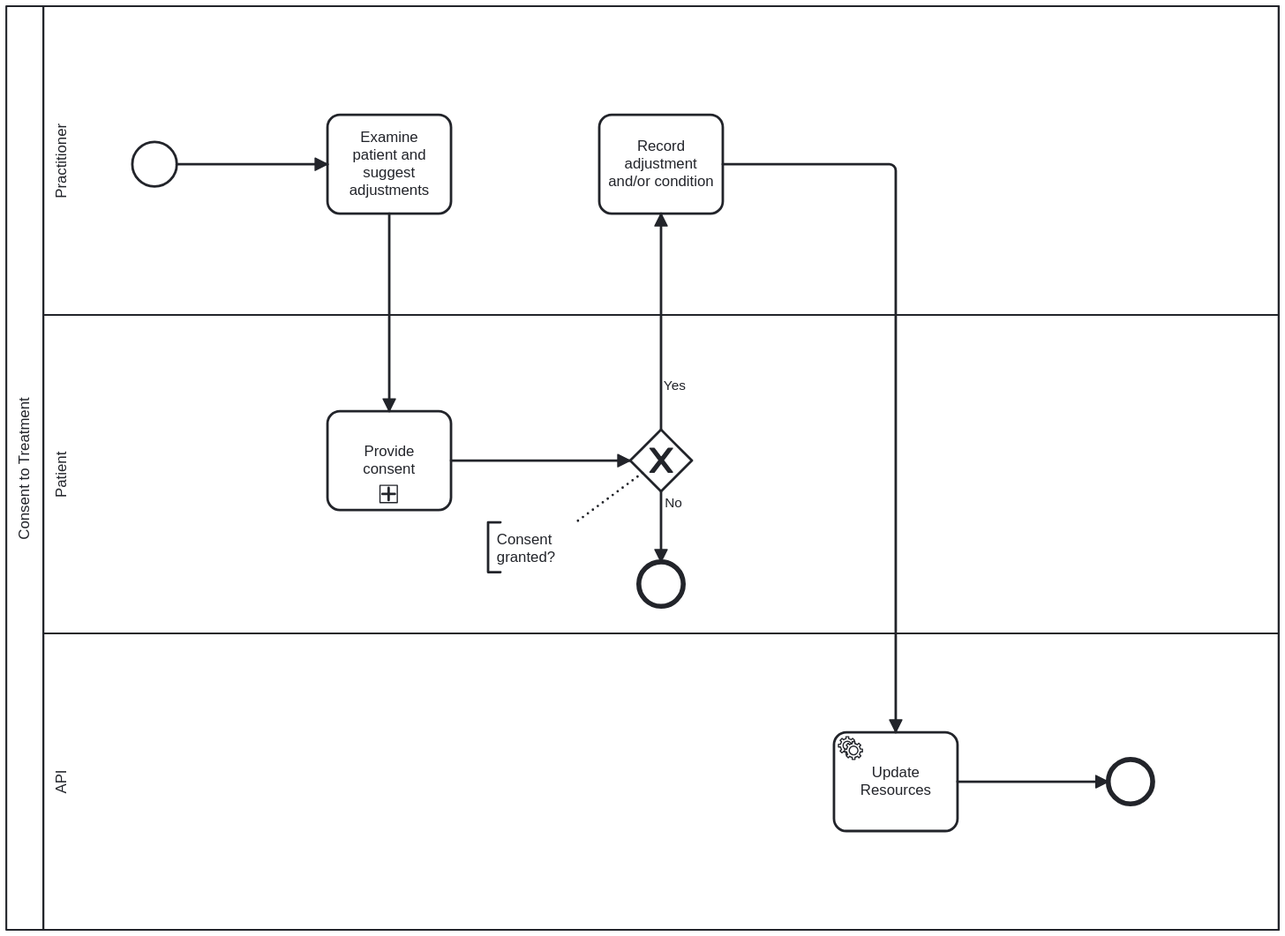
NHSDigital/ra-sandbox keeps this BPMN diagram as input/images/add-record-workflow.svg. Above is the earlier version. Its source is kept beside it as input/images/add-record-workflow.bpmn. Ids are renumbered. The source it was exported from:
```xml
<bpmn:definitions xmlns:xsi="http://www.w3.org/2001/XMLSchema-instance" xmlns:bpmn="http://www.omg.org/spec/BPMN/20100524/MODEL" xmlns:bpmndi="http://www.omg.org/spec/BPMN/20100524/DI" xmlns:dc="http://www.omg.org/spec/DD/20100524/DC" xmlns:di="http://www.omg.org/spec/DD/20100524/DI" id="Definitions_n1" targetNamespace="http://bpmn.io/schema/bpmn" exporter="bpmn-js (https://demo.bpmn.io)" exporterVersion="16.4.0">
  <bpmn:collaboration id="Collaboration_n2">
    <bpmn:participant id="Participant_n3" name="Consent to Treatment" processRef="Process_n4" />
    <bpmn:textAnnotation id="TextAnnotation_n5">
      <bpmn:text>Consent granted?</bpmn:text>
    </bpmn:textAnnotation>
    <bpmn:association id="Association_n6" associationDirection="None" sourceRef="Gateway_n7" targetRef="TextAnnotation_n5" />
  </bpmn:collaboration>
  <bpmn:process id="Process_n4">
    <bpmn:laneSet id="LaneSet_n8">
      <bpmn:lane id="Lane_n9" name="API">
        <bpmn:flowNodeRef>Activity_n10</bpmn:flowNodeRef>
        <bpmn:flowNodeRef>Event_n11</bpmn:flowNodeRef>
      </bpmn:lane>
      <bpmn:lane id="Lane_n12" name="Patient">
        <bpmn:flowNodeRef>Gateway_n7</bpmn:flowNodeRef>
        <bpmn:flowNodeRef>Event_n13</bpmn:flowNodeRef>
        <bpmn:flowNodeRef>Activity_n14</bpmn:flowNodeRef>
      </bpmn:lane>
      <bpmn:lane id="Lane_n15" name="Practitioner">
        <bpmn:flowNodeRef>Event_n16</bpmn:flowNodeRef>
        <bpmn:flowNodeRef>Activity_n17</bpmn:flowNodeRef>
        <bpmn:flowNodeRef>Activity_n18</bpmn:flowNodeRef>
      </bpmn:lane>
    </bpmn:laneSet>
    <bpmn:startEvent id="Event_n16">
      <bpmn:outgoing>Flow_n19</bpmn:outgoing>
    </bpmn:startEvent>
    <bpmn:sequenceFlow id="Flow_n19" sourceRef="Event_n16" targetRef="Activity_n18" />
    <bpmn:sequenceFlow id="Flow_n20" sourceRef="Activity_n10" targetRef="Event_n11" />
    <bpmn:task id="Activity_n17" name="Record adjustment and/or condition">
      <bpmn:incoming>Flow_n21</bpmn:incoming>
      <bpmn:outgoing>Flow_n22</bpmn:outgoing>
    </bpmn:task>
    <bpmn:task id="Activity_n18" name="Examine patient and suggest adjustments">
      <bpmn:incoming>Flow_n19</bpmn:incoming>
      <bpmn:outgoing>Flow_n23</bpmn:outgoing>
    </bpmn:task>
    <bpmn:sequenceFlow id="Flow_n23" sourceRef="Activity_n18" targetRef="Activity_n14" />
    <bpmn:sequenceFlow id="Flow_n24" sourceRef="Activity_n14" targetRef="Gateway_n7" />
    <bpmn:sequenceFlow id="Flow_n25" name="No" sourceRef="Gateway_n7" targetRef="Event_n13" />
    <bpmn:sequenceFlow id="Flow_n21" name="Yes" sourceRef="Gateway_n7" targetRef="Activity_n17" />
    <bpmn:sequenceFlow id="Flow_n22" sourceRef="Activity_n17" targetRef="Activity_n10" />
    <bpmn:subProcess id="Activity_n14" name="Provide consent">
      <bpmn:incoming>Flow_n23</bpmn:incoming>
      <bpmn:outgoing>Flow_n24</bpmn:outgoing>
    </bpmn:subProcess>
    <bpmn:exclusiveGateway id="Gateway_n7">
      <bpmn:incoming>Flow_n24</bpmn:incoming>
      <bpmn:outgoing>Flow_n25</bpmn:outgoing>
      <bpmn:outgoing>Flow_n21</bpmn:outgoing>
    </bpmn:exclusiveGateway>
    <bpmn:endEvent id="Event_n13">
      <bpmn:incoming>Flow_n25</bpmn:incoming>
    </bpmn:endEvent>
    <bpmn:serviceTask id="Activity_n10" name="Update Resources">
      <bpmn:incoming>Flow_n22</bpmn:incoming>
      <bpmn:outgoing>Flow_n20</bpmn:outgoing>
    </bpmn:serviceTask>
    <bpmn:endEvent id="Event_n11">
      <bpmn:incoming>Flow_n20</bpmn:incoming>
    </bpmn:endEvent>
  </bpmn:process>
  <bpmndi:BPMNDiagram id="BPMNDiagram_1">
    <bpmndi:BPMNPlane id="BPMNPlane_1" bpmnElement="Collaboration_n2">
      <bpmndi:BPMNShape id="Participant_n3_di" bpmnElement="Participant_n3" isHorizontal="true">
        <dc:Bounds x="160" y="62" width="1030" height="748" />
        <bpmndi:BPMNLabel />
      </bpmndi:BPMNShape>
      <bpmndi:BPMNShape id="Lane_n15_di" bpmnElement="Lane_n15" isHorizontal="true">
        <dc:Bounds x="190" y="62" width="1000" height="250" />
        <bpmndi:BPMNLabel />
      </bpmndi:BPMNShape>
      <bpmndi:BPMNShape id="Lane_n12_di" bpmnElement="Lane_n12" isHorizontal="true">
        <dc:Bounds x="190" y="312" width="1000" height="258" />
        <bpmndi:BPMNLabel />
      </bpmndi:BPMNShape>
      <bpmndi:BPMNShape id="Lane_n9_di" bpmnElement="Lane_n9" isHorizontal="true">
        <dc:Bounds x="190" y="570" width="1000" height="240" />
        <bpmndi:BPMNLabel />
      </bpmndi:BPMNShape>
      <bpmndi:BPMNShape id="Event_n16_di" bpmnElement="Event_n16">
        <dc:Bounds x="262" y="172" width="36" height="36" />
      </bpmndi:BPMNShape>
      <bpmndi:BPMNShape id="Activity_n17_di" bpmnElement="Activity_n17">
        <dc:Bounds x="640" y="150" width="100" height="80" />
        <bpmndi:BPMNLabel />
      </bpmndi:BPMNShape>
      <bpmndi:BPMNShape id="Activity_1su78ja_di" bpmnElement="Activity_n18">
        <dc:Bounds x="420" y="150" width="100" height="80" />
        <bpmndi:BPMNLabel />
      </bpmndi:BPMNShape>
      <bpmndi:BPMNShape id="Gateway_n7_di" bpmnElement="Gateway_n7" isMarkerVisible="true">
        <dc:Bounds x="665" y="405" width="50" height="50" />
      </bpmndi:BPMNShape>
      <bpmndi:BPMNShape id="Event_n13_di" bpmnElement="Event_n13">
        <dc:Bounds x="672" y="512" width="36" height="36" />
      </bpmndi:BPMNShape>
      <bpmndi:BPMNShape id="Activity_1m0u30p_di" bpmnElement="Activity_n10">
        <dc:Bounds x="830" y="650" width="100" height="80" />
      </bpmndi:BPMNShape>
      <bpmndi:BPMNShape id="Event_n11_di" bpmnElement="Event_n11">
        <dc:Bounds x="1052" y="672" width="36" height="36" />
      </bpmndi:BPMNShape>
      <bpmndi:BPMNShape id="Activity_00yzkhu_di" bpmnElement="Activity_n14">
        <dc:Bounds x="420" y="390" width="100" height="80" />
      </bpmndi:BPMNShape>
      <bpmndi:BPMNEdge id="Flow_n19_di" bpmnElement="Flow_n19">
        <di:waypoint x="298" y="190" />
        <di:waypoint x="420" y="190" />
      </bpmndi:BPMNEdge>
      <bpmndi:BPMNEdge id="Flow_n20_di" bpmnElement="Flow_n20">
        <di:waypoint x="930" y="690" />
        <di:waypoint x="1052" y="690" />
      </bpmndi:BPMNEdge>
      <bpmndi:BPMNEdge id="Flow_n23_di" bpmnElement="Flow_n23">
        <di:waypoint x="470" y="230" />
        <di:waypoint x="470" y="390" />
      </bpmndi:BPMNEdge>
      <bpmndi:BPMNEdge id="Flow_n24_di" bpmnElement="Flow_n24">
        <di:waypoint x="520" y="430" />
        <di:waypoint x="665" y="430" />
      </bpmndi:BPMNEdge>
      <bpmndi:BPMNEdge id="Flow_n25_di" bpmnElement="Flow_n25">
        <di:waypoint x="690" y="455" />
        <di:waypoint x="690" y="512" />
        <bpmndi:BPMNLabel>
          <dc:Bounds x="693" y="458" width="15" height="14" />
        </bpmndi:BPMNLabel>
      </bpmndi:BPMNEdge>
      <bpmndi:BPMNEdge id="Flow_n21_di" bpmnElement="Flow_n21">
        <di:waypoint x="690" y="405" />
        <di:waypoint x="690" y="230" />
        <bpmndi:BPMNLabel>
          <dc:Bounds x="692" y="363" width="18" height="14" />
        </bpmndi:BPMNLabel>
      </bpmndi:BPMNEdge>
      <bpmndi:BPMNEdge id="Flow_n22_di" bpmnElement="Flow_n22">
        <di:waypoint x="740" y="190" />
        <di:waypoint x="880" y="190" />
        <di:waypoint x="880" y="650" />
      </bpmndi:BPMNEdge>
      <bpmndi:BPMNEdge id="Association_n6_di" bpmnElement="Association_n6">
        <di:waypoint x="675" y="440" />
        <di:waypoint x="621" y="480" />
      </bpmndi:BPMNEdge>
      <bpmndi:BPMNShape id="TextAnnotation_n5_di" bpmnElement="TextAnnotation_n5">
        <dc:Bounds x="550" y="480" width="99.99999667201983" height="40.348964013086146" />
        <bpmndi:BPMNLabel />
      </bpmndi:BPMNShape>
    </bpmndi:BPMNPlane>
  </bpmndi:BPMNDiagram>
  <bpmndi:BPMNDiagram id="BPMNDiagram_n26">
    <bpmndi:BPMNPlane id="BPMNPlane_n27" bpmnElement="Activity_n14" />
  </bpmndi:BPMNDiagram>
</bpmn:definitions>
```
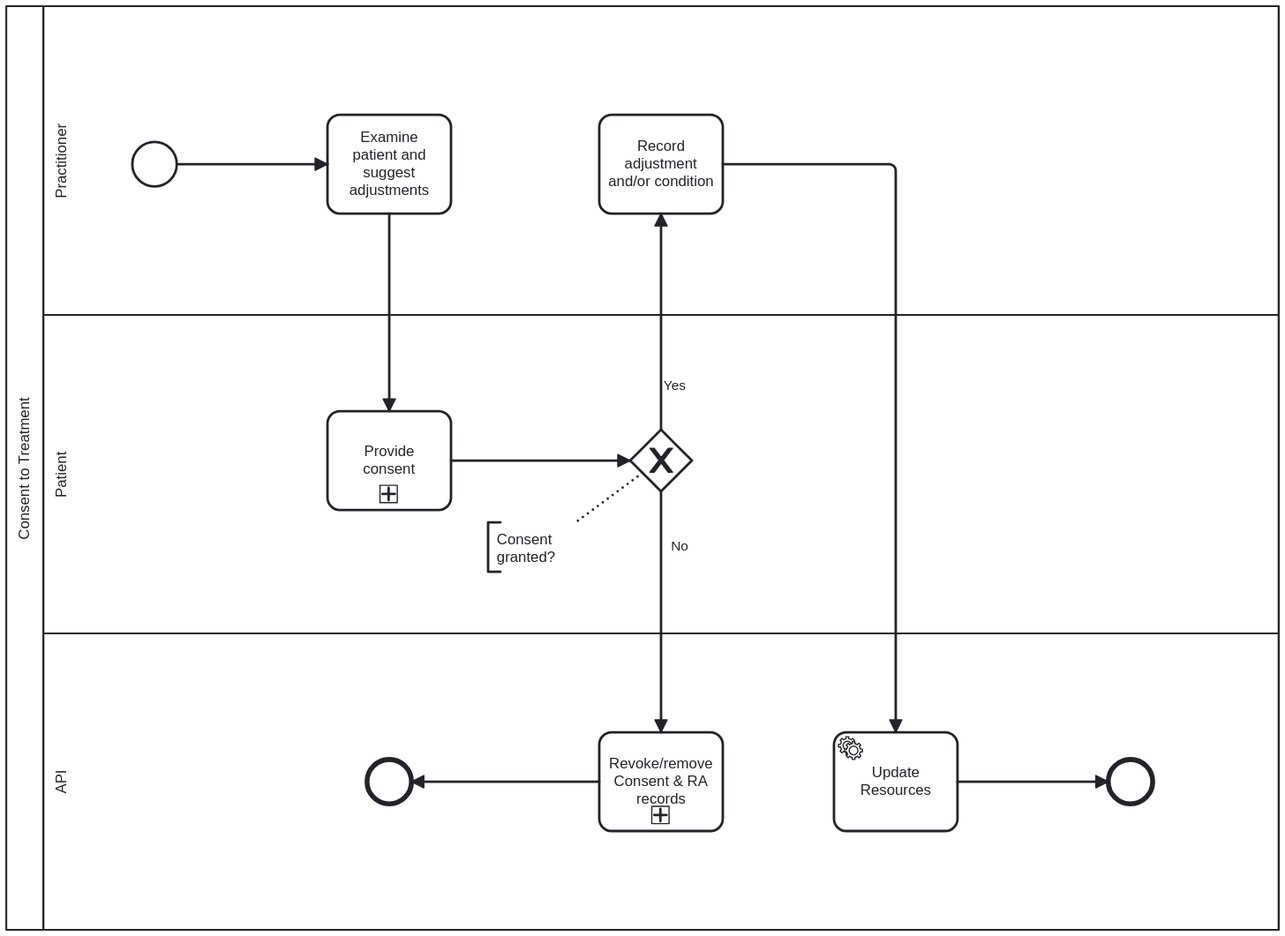
Above is the later version.

What changed in the source:
```diff
@@ -1,4 +1,4 @@
-<bpmn:definitions xmlns:xsi="http://www.w3.org/2001/XMLSchema-instance" xmlns:bpmn="http://www.omg.org/spec/BPMN/20100524/MODEL" xmlns:bpmndi="http://www.omg.org/spec/BPMN/20100524/DI" xmlns:dc="http://www.omg.org/spec/DD/20100524/DC" xmlns:di="http://www.omg.org/spec/DD/20100524/DI" id="Definitions_n1" targetNamespace="http://bpmn.io/schema/bpmn" exporter="bpmn-js (https://demo.bpmn.io)" exporterVersion="16.4.0">
+<bpmn:definitions xmlns:xsi="http://www.w3.org/2001/XMLSchema-instance" xmlns:bpmn="http://www.omg.org/spec/BPMN/20100524/MODEL" xmlns:bpmndi="http://www.omg.org/spec/BPMN/20100524/DI" xmlns:dc="http://www.omg.org/spec/DD/20100524/DC" xmlns:di="http://www.omg.org/spec/DD/20100524/DI" id="Definitions_n1" targetNamespace="http://bpmn.io/schema/bpmn" exporter="bpmn-js (https://demo.bpmn.io)" exporterVersion="17.0.2">
   <bpmn:collaboration id="Collaboration_n2">
     <bpmn:participant id="Participant_n3" name="Consent to Treatment" processRef="Process_n4" />
     <bpmn:textAnnotation id="TextAnnotation_n5">
@@ -11,10 +11,11 @@
       <bpmn:lane id="Lane_n9" name="API">
         <bpmn:flowNodeRef>Activity_n10</bpmn:flowNodeRef>
         <bpmn:flowNodeRef>Event_n11</bpmn:flowNodeRef>
+        <bpmn:flowNodeRef>Activity_n28</bpmn:flowNodeRef>
+        <bpmn:flowNodeRef>Event_n29</bpmn:flowNodeRef>
       </bpmn:lane>
       <bpmn:lane id="Lane_n12" name="Patient">
         <bpmn:flowNodeRef>Gateway_n7</bpmn:flowNodeRef>
-        <bpmn:flowNodeRef>Event_n13</bpmn:flowNodeRef>
         <bpmn:flowNodeRef>Activity_n14</bpmn:flowNodeRef>
       </bpmn:lane>
       <bpmn:lane id="Lane_n15" name="Practitioner">
@@ -38,7 +39,6 @@
     </bpmn:task>
     <bpmn:sequenceFlow id="Flow_n23" sourceRef="Activity_n18" targetRef="Activity_n14" />
     <bpmn:sequenceFlow id="Flow_n24" sourceRef="Activity_n14" targetRef="Gateway_n7" />
-    <bpmn:sequenceFlow id="Flow_n25" name="No" sourceRef="Gateway_n7" targetRef="Event_n13" />
     <bpmn:sequenceFlow id="Flow_n21" name="Yes" sourceRef="Gateway_n7" targetRef="Activity_n17" />
     <bpmn:sequenceFlow id="Flow_n22" sourceRef="Activity_n17" targetRef="Activity_n10" />
     <bpmn:subProcess id="Activity_n14" name="Provide consent">
@@ -47,18 +47,24 @@
     </bpmn:subProcess>
     <bpmn:exclusiveGateway id="Gateway_n7">
       <bpmn:incoming>Flow_n24</bpmn:incoming>
-      <bpmn:outgoing>Flow_n25</bpmn:outgoing>
       <bpmn:outgoing>Flow_n21</bpmn:outgoing>
+      <bpmn:outgoing>Flow_n30</bpmn:outgoing>
     </bpmn:exclusiveGateway>
-    <bpmn:endEvent id="Event_n13">
-      <bpmn:incoming>Flow_n25</bpmn:incoming>
-    </bpmn:endEvent>
     <bpmn:serviceTask id="Activity_n10" name="Update Resources">
       <bpmn:incoming>Flow_n22</bpmn:incoming>
       <bpmn:outgoing>Flow_n20</bpmn:outgoing>
     </bpmn:serviceTask>
     <bpmn:endEvent id="Event_n11">
       <bpmn:incoming>Flow_n20</bpmn:incoming>
+    </bpmn:endEvent>
+    <bpmn:subProcess id="Activity_n28" name="Revoke/remove Consent &#38; RA records">
+      <bpmn:incoming>Flow_n30</bpmn:incoming>
+      <bpmn:outgoing>Flow_n31</bpmn:outgoing>
+    </bpmn:subProcess>
+    <bpmn:sequenceFlow id="Flow_n30" name="No" sourceRef="Gateway_n7" targetRef="Activity_n28" />
+    <bpmn:sequenceFlow id="Flow_n31" sourceRef="Activity_n28" targetRef="Event_n29" />
+    <bpmn:endEvent id="Event_n29">
+      <bpmn:incoming>Flow_n31</bpmn:incoming>
     </bpmn:endEvent>
   </bpmn:process>
   <bpmndi:BPMNDiagram id="BPMNDiagram_1">
@@ -90,11 +96,14 @@
         <dc:Bounds x="420" y="150" width="100" height="80" />
         <bpmndi:BPMNLabel />
       </bpmndi:BPMNShape>
+      <bpmndi:BPMNShape id="Event_n29_di" bpmnElement="Event_n29">
+        <dc:Bounds x="452" y="672" width="36" height="36" />
+      </bpmndi:BPMNShape>
+      <bpmndi:BPMNShape id="Activity_00yzkhu_di" bpmnElement="Activity_n14">
+        <dc:Bounds x="420" y="390" width="100" height="80" />
+      </bpmndi:BPMNShape>
       <bpmndi:BPMNShape id="Gateway_n7_di" bpmnElement="Gateway_n7" isMarkerVisible="true">
         <dc:Bounds x="665" y="405" width="50" height="50" />
-      </bpmndi:BPMNShape>
-      <bpmndi:BPMNShape id="Event_n13_di" bpmnElement="Event_n13">
-        <dc:Bounds x="672" y="512" width="36" height="36" />
       </bpmndi:BPMNShape>
       <bpmndi:BPMNShape id="Activity_1m0u30p_di" bpmnElement="Activity_n10">
         <dc:Bounds x="830" y="650" width="100" height="80" />
@@ -102,8 +111,8 @@
       <bpmndi:BPMNShape id="Event_n11_di" bpmnElement="Event_n11">
         <dc:Bounds x="1052" y="672" width="36" height="36" />
       </bpmndi:BPMNShape>
-      <bpmndi:BPMNShape id="Activity_00yzkhu_di" bpmnElement="Activity_n14">
-        <dc:Bounds x="420" y="390" width="100" height="80" />
+      <bpmndi:BPMNShape id="Activity_1wkul1x_di" bpmnElement="Activity_n28">
+        <dc:Bounds x="640" y="650" width="100" height="80" />
       </bpmndi:BPMNShape>
       <bpmndi:BPMNEdge id="Flow_n19_di" bpmnElement="Flow_n19">
         <di:waypoint x="298" y="190" />
@@ -121,13 +130,6 @@
         <di:waypoint x="520" y="430" />
         <di:waypoint x="665" y="430" />
       </bpmndi:BPMNEdge>
-      <bpmndi:BPMNEdge id="Flow_n25_di" bpmnElement="Flow_n25">
-        <di:waypoint x="690" y="455" />
-        <di:waypoint x="690" y="512" />
-        <bpmndi:BPMNLabel>
-          <dc:Bounds x="693" y="458" width="15" height="14" />
-        </bpmndi:BPMNLabel>
-      </bpmndi:BPMNEdge>
       <bpmndi:BPMNEdge id="Flow_n21_di" bpmnElement="Flow_n21">
         <di:waypoint x="690" y="405" />
         <di:waypoint x="690" y="230" />
@@ -140,17 +142,31 @@
         <di:waypoint x="880" y="190" />
         <di:waypoint x="880" y="650" />
       </bpmndi:BPMNEdge>
-      <bpmndi:BPMNEdge id="Association_n6_di" bpmnElement="Association_n6">
-        <di:waypoint x="675" y="440" />
-        <di:waypoint x="621" y="480" />
+      <bpmndi:BPMNEdge id="Flow_n30_di" bpmnElement="Flow_n30">
+        <di:waypoint x="690" y="455" />
+        <di:waypoint x="690" y="650" />
+        <bpmndi:BPMNLabel>
+          <dc:Bounds x="698" y="493" width="15" height="14" />
+        </bpmndi:BPMNLabel>
+      </bpmndi:BPMNEdge>
+      <bpmndi:BPMNEdge id="Flow_n31_di" bpmnElement="Flow_n31">
+        <di:waypoint x="640" y="690" />
+        <di:waypoint x="488" y="690" />
       </bpmndi:BPMNEdge>
       <bpmndi:BPMNShape id="TextAnnotation_n5_di" bpmnElement="TextAnnotation_n5">
         <dc:Bounds x="550" y="480" width="99.99999667201983" height="40.348964013086146" />
         <bpmndi:BPMNLabel />
       </bpmndi:BPMNShape>
+      <bpmndi:BPMNEdge id="Association_n6_di" bpmnElement="Association_n6">
+        <di:waypoint x="675" y="440" />
+        <di:waypoint x="621" y="480" />
+      </bpmndi:BPMNEdge>
     </bpmndi:BPMNPlane>
   </bpmndi:BPMNDiagram>
   <bpmndi:BPMNDiagram id="BPMNDiagram_n26">
     <bpmndi:BPMNPlane id="BPMNPlane_n27" bpmnElement="Activity_n14" />
   </bpmndi:BPMNDiagram>
+  <bpmndi:BPMNDiagram id="BPMNDiagram_n32">
+    <bpmndi:BPMNPlane id="BPMNPlane_n33" bpmnElement="Activity_n28" />
+  </bpmndi:BPMNDiagram>
 </bpmn:definitions>
```
